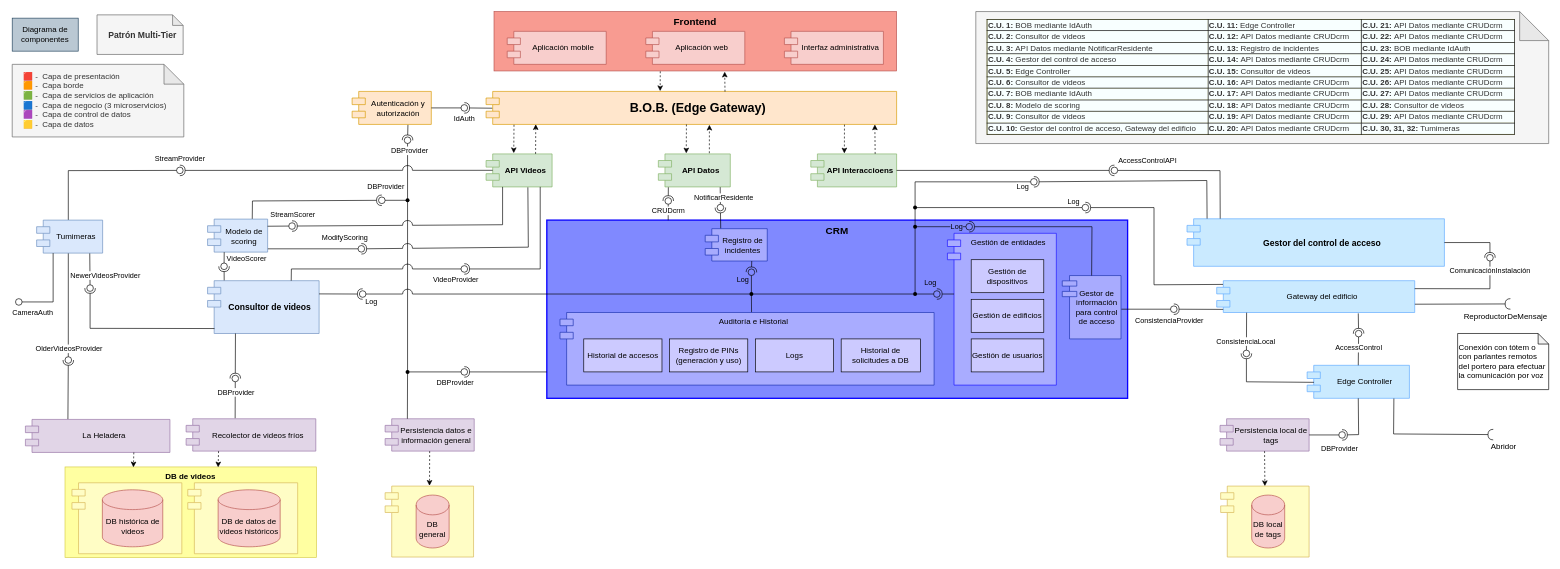
The draw.io diagram Documentación de la arquitectura/Diagramas/Editables-drawio/Diagrama-de-componentes - con tumimeras.drawio in LIMoreno04/Caso-de-estudio---WolfSys---Arquitectura, before the edit. Source tidied: cells renumbered, new cells numbered last; positions are measured from the earlier drawing's top-left corner, leaving out a move shared by most shapes. Both pictures are drawn from the tidied source at 66%, with x=0, y=0 at pixel (12, 11).
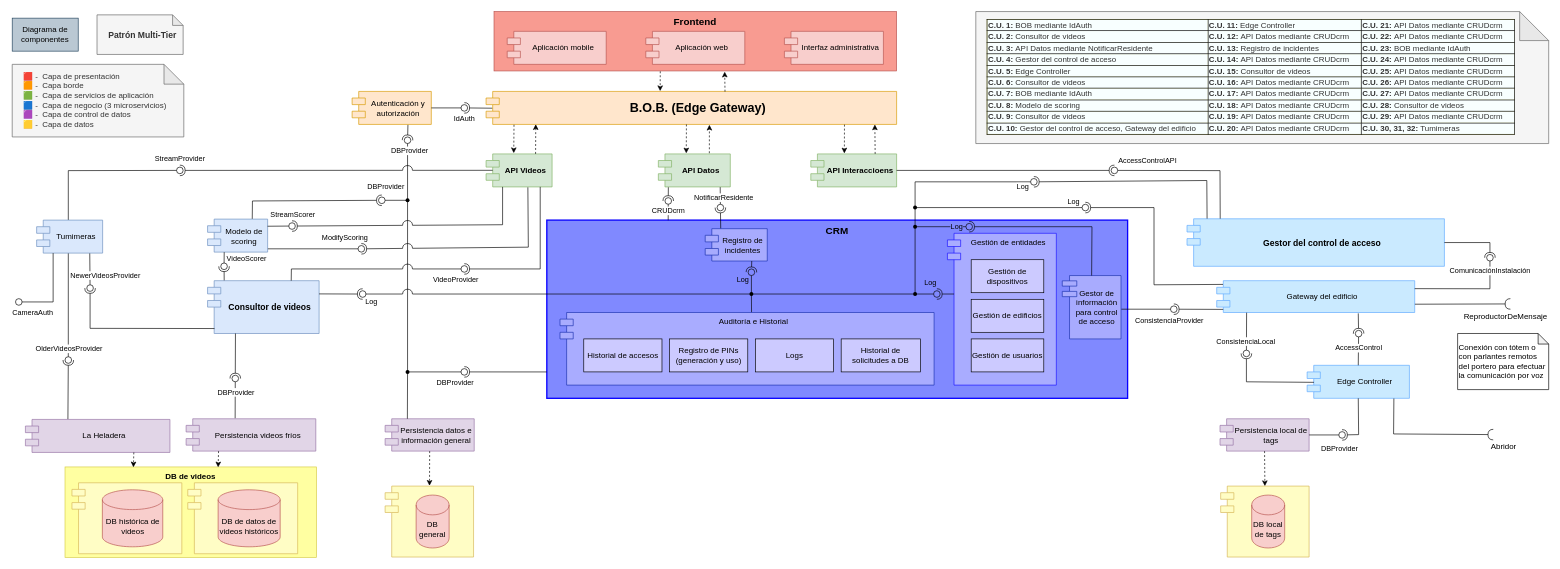
The same diagram, later.

The edit, as a diff of the source:
```diff
@@
-    <mxCell id="108" value="Recolector de videos fríos" style="shape=module;align=left;spacingLeft=20;align=center;verticalAlign=middle;whiteSpace=wrap;html=1;fillColor=#e1d5e7;strokeColor=#9673a6;" parent="1" vertex="1">
+    <mxCell id="108" value="Persistencia videos fríos" style="shape=module;align=left;spacingLeft=20;align=center;verticalAlign=middle;whiteSpace=wrap;html=1;fillColor=#e1d5e7;strokeColor=#9673a6;" parent="1" vertex="1">
       <mxGeometry x="263.5" y="617" width="196.5" height="49" as="geometry" />
     </mxCell>
```
